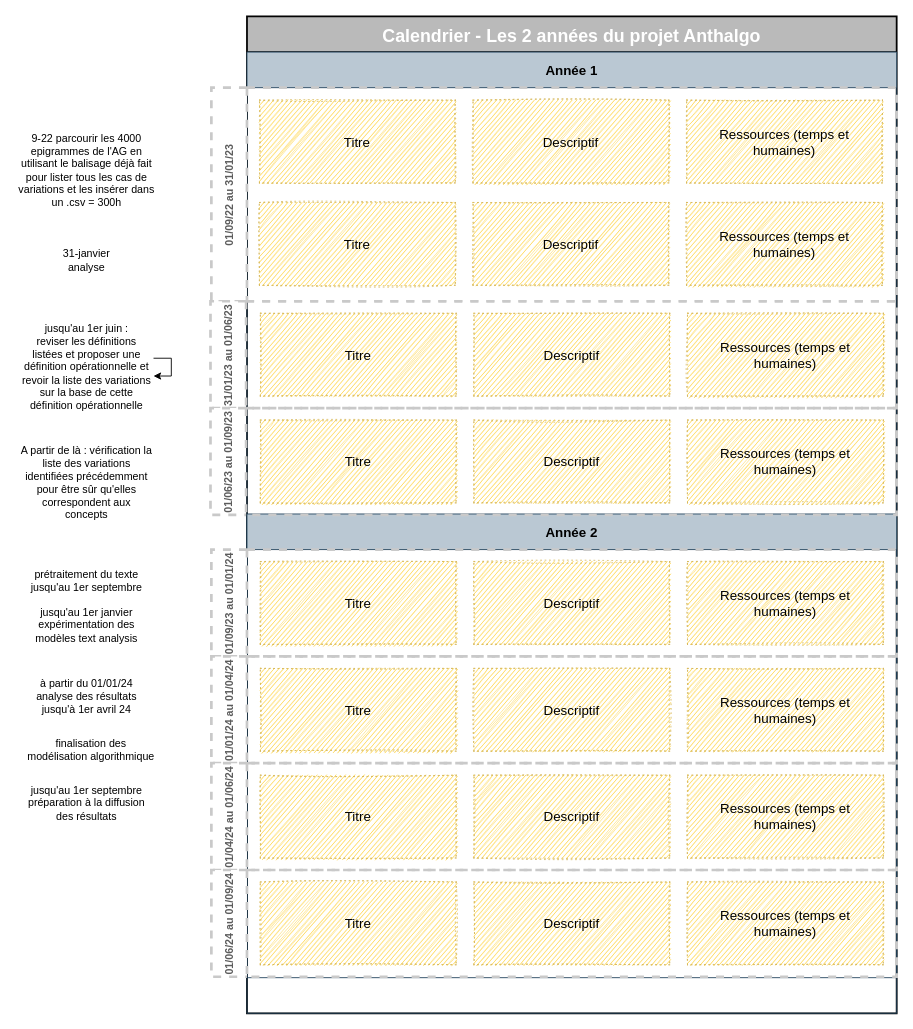
RochDLY/drawAAP keeps this draw.io diagram as Untitled Diagram.drawio. Above is the earlier version. Source tidied: cells renumbered, new cells numbered last; positions are measured from the earlier drawing's top-left corner, leaving out a move shared by most shapes. Both pictures are drawn from the tidied source at 89%, with x=0, y=0 at pixel (15, 16).
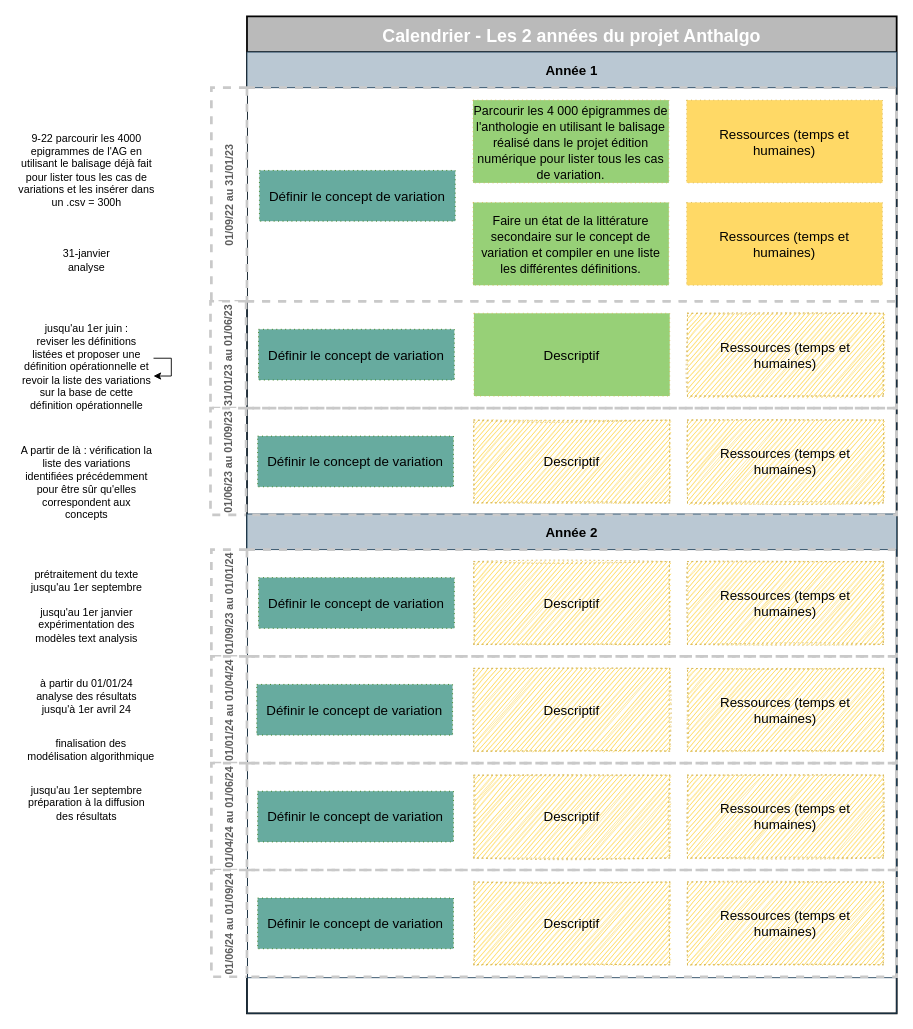
The same page after the edit.

The change refers to these unchanged cells:
```xml
<mxCell id="4" value="01/09/22 au 31/01/23" style="swimlane;horizontal=0;dashed=1;startSize=40;fontSize=12;strokeWidth=3;strokeColor=#C9C9C9;fontColor=#5C5C5C;" parent="3" vertex="1">
  <mxGeometry x="-40" y="40" width="770" height="240" as="geometry" />
</mxCell>
<mxCell id="23" value="31/01/23 au 01/06/23" style="swimlane;horizontal=0;dashed=1;startSize=40;fontSize=12;strokeWidth=3;strokeColor=#C9C9C9;fontColor=#5C5C5C;" parent="1" vertex="1">
  <mxGeometry x="219" y="320" width="771" height="120" as="geometry" />
</mxCell>
<mxCell id="28" value="01/06/23 au 01/09/23" style="swimlane;horizontal=0;dashed=1;startSize=40;fontSize=12;strokeWidth=3;strokeColor=#C9C9C9;fontColor=#5C5C5C;" parent="1" vertex="1">
  <mxGeometry x="219" y="440" width="771" height="120" as="geometry" />
</mxCell>
<mxCell id="33" value="01/09/23 au 01/01/24" style="swimlane;horizontal=0;dashed=1;startSize=40;fontSize=12;strokeWidth=3;strokeColor=#C9C9C9;fontColor=#5C5C5C;" parent="1" vertex="1">
  <mxGeometry x="220" y="599" width="770" height="120" as="geometry" />
</mxCell>
<mxCell id="38" value="01/01/24 au 01/04/24" style="swimlane;horizontal=0;dashed=1;startSize=40;fontSize=12;strokeWidth=3;strokeColor=#C9C9C9;fontColor=#5C5C5C;" parent="1" vertex="1">
  <mxGeometry x="220" y="719" width="770" height="120" as="geometry" />
</mxCell>
<mxCell id="43" value="01/04/24 au 01/06/24" style="swimlane;horizontal=0;dashed=1;startSize=40;fontSize=12;strokeWidth=3;strokeColor=#C9C9C9;fontColor=#5C5C5C;" parent="1" vertex="1">
  <mxGeometry x="220" y="839" width="770" height="120" as="geometry" />
</mxCell>
<mxCell id="48" value="01/06/24 au 01/09/24" style="swimlane;horizontal=0;dashed=1;startSize=40;fontSize=12;strokeWidth=3;strokeColor=#C9C9C9;fontColor=#5C5C5C;" parent="1" vertex="1">
  <mxGeometry x="220" y="959" width="770" height="120" as="geometry" />
</mxCell>
```

Diff of the diagram source:
```diff
@@
-    <mxCell id="6" value="Titre " style="rounded=0;whiteSpace=wrap;html=1;dashed=1;fontSize=15;fillColor=#FFCD28;strokeColor=#d6b656;dashPattern=1 4;gradientColor=none;align=center;sketch=1;" parent="4" vertex="1">
-      <mxGeometry x="54" y="14" width="220" height="93" as="geometry" />
+    <mxCell id="6" value="&lt;font color=&quot;#000000&quot;&gt;Définir le concept de variation&lt;/font&gt;" style="rounded=0;whiteSpace=wrap;html=1;dashed=1;fontSize=15;fillColor=#67AB9F;strokeColor=#2D7600;dashPattern=1 4;align=center;sketch=0;fontColor=#ffffff;" parent="4" vertex="1">
+      <mxGeometry x="54" y="93" width="220" height="57" as="geometry" />
     </mxCell>
-    <mxCell id="7" value="Descriptif" style="rounded=0;whiteSpace=wrap;html=1;dashed=1;fontSize=15;fillColor=#FFCD28;strokeColor=#d6b656;dashPattern=1 4;gradientColor=none;align=center;sketch=1;" parent="4" vertex="1">
+    <mxCell id="7" value="&lt;font style=&quot;font-size: 14px&quot;&gt;Parcourir les 4 000 épigrammes de l'anthologie en utilisant le balisage réalisé dans le projet édition numérique pour lister tous les cas de variation.&lt;/font&gt;" style="rounded=0;whiteSpace=wrap;html=1;dashed=1;fontSize=15;fillColor=#97D077;strokeColor=#d6b656;dashPattern=1 4;gradientColor=none;align=center;sketch=0;" parent="4" vertex="1">
       <mxGeometry x="294" y="14" width="220" height="93" as="geometry" />
     </mxCell>
-    <mxCell id="8" value="Ressources (temps et humaines)" style="rounded=0;whiteSpace=wrap;html=1;dashed=1;fontSize=15;fillColor=#FFCD28;strokeColor=#d6b656;dashPattern=1 4;gradientColor=none;align=center;sketch=1;" parent="4" vertex="1">
+    <mxCell id="8" value="Ressources (temps et humaines)" style="rounded=0;whiteSpace=wrap;html=1;dashed=1;fontSize=15;fillColor=#FFD966;strokeColor=#d6b656;dashPattern=1 4;gradientColor=none;align=center;sketch=0;" parent="4" vertex="1">
       <mxGeometry x="534" y="14" width="220" height="93" as="geometry" />
     </mxCell>
-    <mxCell id="9" value="Titre " style="rounded=0;whiteSpace=wrap;html=1;dashed=1;fontSize=15;fillColor=#FFCD28;strokeColor=#d6b656;dashPattern=1 4;gradientColor=none;align=center;sketch=1;" parent="4" vertex="1">
-      <mxGeometry x="54" y="129" width="220" height="93" as="geometry" />
-    </mxCell>
-    <mxCell id="10" value="Descriptif" style="rounded=0;whiteSpace=wrap;html=1;dashed=1;fontSize=15;fillColor=#FFCD28;strokeColor=#d6b656;dashPattern=1 4;gradientColor=none;align=center;sketch=1;" parent="4" vertex="1">
+    <mxCell id="10" value="&lt;font style=&quot;font-size: 14px&quot;&gt;Faire un état de la littérature secondaire sur le concept de variation et compiler en une liste les différentes définitions.&lt;/font&gt;" style="rounded=0;whiteSpace=wrap;html=1;dashed=1;fontSize=15;fillColor=#97D077;strokeColor=#d6b656;dashPattern=1 4;gradientColor=none;align=center;sketch=0;" parent="4" vertex="1">
       <mxGeometry x="294" y="129" width="220" height="93" as="geometry" />
     </mxCell>
-    <mxCell id="11" value="Ressources (temps et humaines)" style="rounded=0;whiteSpace=wrap;html=1;dashed=1;fontSize=15;fillColor=#FFCD28;strokeColor=#d6b656;dashPattern=1 4;gradientColor=none;align=center;sketch=1;" parent="4" vertex="1">
+    <mxCell id="11" value="Ressources (temps et humaines)" style="rounded=0;whiteSpace=wrap;html=1;dashed=1;fontSize=15;fillColor=#FFD966;strokeColor=#d6b656;dashPattern=1 4;gradientColor=none;align=center;sketch=0;" parent="4" vertex="1">
       <mxGeometry x="534" y="129" width="220" height="93" as="geometry" />
     </mxCell>
@@
-    <mxCell id="25" value="Titre " style="rounded=0;whiteSpace=wrap;html=1;dashed=1;fontSize=15;fillColor=#FFCD28;strokeColor=#d6b656;dashPattern=1 4;gradientColor=none;align=center;sketch=1;" parent="23" vertex="1">
-      <mxGeometry x="56" y="13.5" width="220" height="93" as="geometry" />
-    </mxCell>
-    <mxCell id="26" value="Descriptif" style="rounded=0;whiteSpace=wrap;html=1;dashed=1;fontSize=15;fillColor=#FFCD28;strokeColor=#d6b656;dashPattern=1 4;gradientColor=none;align=center;sketch=1;" parent="23" vertex="1">
+    <mxCell id="26" value="Descriptif" style="rounded=0;whiteSpace=wrap;html=1;dashed=1;fontSize=15;fillColor=#97D077;strokeColor=#d6b656;dashPattern=1 4;gradientColor=none;align=center;sketch=0;" parent="23" vertex="1">
       <mxGeometry x="296" y="13.5" width="220" height="93" as="geometry" />
     </mxCell>
@@
+    <mxCell id="53" value="&lt;font color=&quot;#000000&quot;&gt;Définir le concept de variation&lt;/font&gt;" style="rounded=0;whiteSpace=wrap;html=1;dashed=1;fontSize=15;fillColor=#67AB9F;strokeColor=#2D7600;dashPattern=1 4;align=center;sketch=0;fontColor=#ffffff;" parent="23" vertex="1">
+      <mxGeometry x="54" y="31.5" width="220" height="57" as="geometry" />
+    </mxCell>
@@
-    <mxCell id="30" value="Titre " style="rounded=0;whiteSpace=wrap;html=1;dashed=1;fontSize=15;fillColor=#FFCD28;strokeColor=#d6b656;dashPattern=1 4;gradientColor=none;align=center;sketch=1;" parent="28" vertex="1">
-      <mxGeometry x="56" y="13.5" width="220" height="93" as="geometry" />
-    </mxCell>
@@
+    <mxCell id="54" value="&lt;font color=&quot;#000000&quot;&gt;Définir le concept de variation&lt;/font&gt;" style="rounded=0;whiteSpace=wrap;html=1;dashed=1;fontSize=15;fillColor=#67AB9F;strokeColor=#2D7600;dashPattern=1 4;align=center;sketch=0;fontColor=#ffffff;" parent="28" vertex="1">
+      <mxGeometry x="53" y="31.5" width="220" height="57" as="geometry" />
+    </mxCell>
@@
-    <mxCell id="35" value="Titre " style="rounded=0;whiteSpace=wrap;html=1;dashed=1;fontSize=15;fillColor=#FFCD28;strokeColor=#d6b656;dashPattern=1 4;gradientColor=none;align=center;sketch=1;" parent="33" vertex="1">
-      <mxGeometry x="55" y="13.5" width="220" height="93" as="geometry" />
-    </mxCell>
@@
+    <mxCell id="55" value="&lt;font color=&quot;#000000&quot;&gt;Définir le concept de variation&lt;/font&gt;" style="rounded=0;whiteSpace=wrap;html=1;dashed=1;fontSize=15;fillColor=#67AB9F;strokeColor=#2D7600;dashPattern=1 4;align=center;sketch=0;fontColor=#ffffff;" parent="33" vertex="1">
+      <mxGeometry x="53" y="31.5" width="220" height="57" as="geometry" />
+    </mxCell>
@@
-    <mxCell id="40" value="Titre " style="rounded=0;whiteSpace=wrap;html=1;dashed=1;fontSize=15;fillColor=#FFCD28;strokeColor=#d6b656;dashPattern=1 4;gradientColor=none;align=center;sketch=1;" parent="38" vertex="1">
-      <mxGeometry x="55" y="13.5" width="220" height="93" as="geometry" />
-    </mxCell>
@@
+    <mxCell id="56" value="&lt;font color=&quot;#000000&quot;&gt;Définir le concept de variation&lt;/font&gt;" style="rounded=0;whiteSpace=wrap;html=1;dashed=1;fontSize=15;fillColor=#67AB9F;strokeColor=#2D7600;dashPattern=1 4;align=center;sketch=0;fontColor=#ffffff;" parent="38" vertex="1">
+      <mxGeometry x="51" y="31.5" width="220" height="57" as="geometry" />
+    </mxCell>
@@
-    <mxCell id="45" value="Titre " style="rounded=0;whiteSpace=wrap;html=1;dashed=1;fontSize=15;fillColor=#FFCD28;strokeColor=#d6b656;dashPattern=1 4;gradientColor=none;align=center;sketch=1;" parent="43" vertex="1">
-      <mxGeometry x="55" y="13.5" width="220" height="93" as="geometry" />
-    </mxCell>
@@
+    <mxCell id="57" value="&lt;font color=&quot;#000000&quot;&gt;Définir le concept de variation&lt;/font&gt;" style="rounded=0;whiteSpace=wrap;html=1;dashed=1;fontSize=15;fillColor=#67AB9F;strokeColor=#2D7600;dashPattern=1 4;align=center;sketch=0;fontColor=#ffffff;" parent="43" vertex="1">
+      <mxGeometry x="52" y="31.5" width="220" height="57" as="geometry" />
+    </mxCell>
@@
-    <mxCell id="50" value="Titre " style="rounded=0;whiteSpace=wrap;html=1;dashed=1;fontSize=15;fillColor=#FFCD28;strokeColor=#d6b656;dashPattern=1 4;gradientColor=none;align=center;sketch=1;" parent="48" vertex="1">
-      <mxGeometry x="55" y="13.5" width="220" height="93" as="geometry" />
-    </mxCell>
@@
+    <mxCell id="58" value="&lt;font color=&quot;#000000&quot;&gt;Définir le concept de variation&lt;/font&gt;" style="rounded=0;whiteSpace=wrap;html=1;dashed=1;fontSize=15;fillColor=#67AB9F;strokeColor=#2D7600;dashPattern=1 4;align=center;sketch=0;fontColor=#ffffff;" parent="48" vertex="1">
+      <mxGeometry x="52" y="31.5" width="220" height="57" as="geometry" />
+    </mxCell>
```
